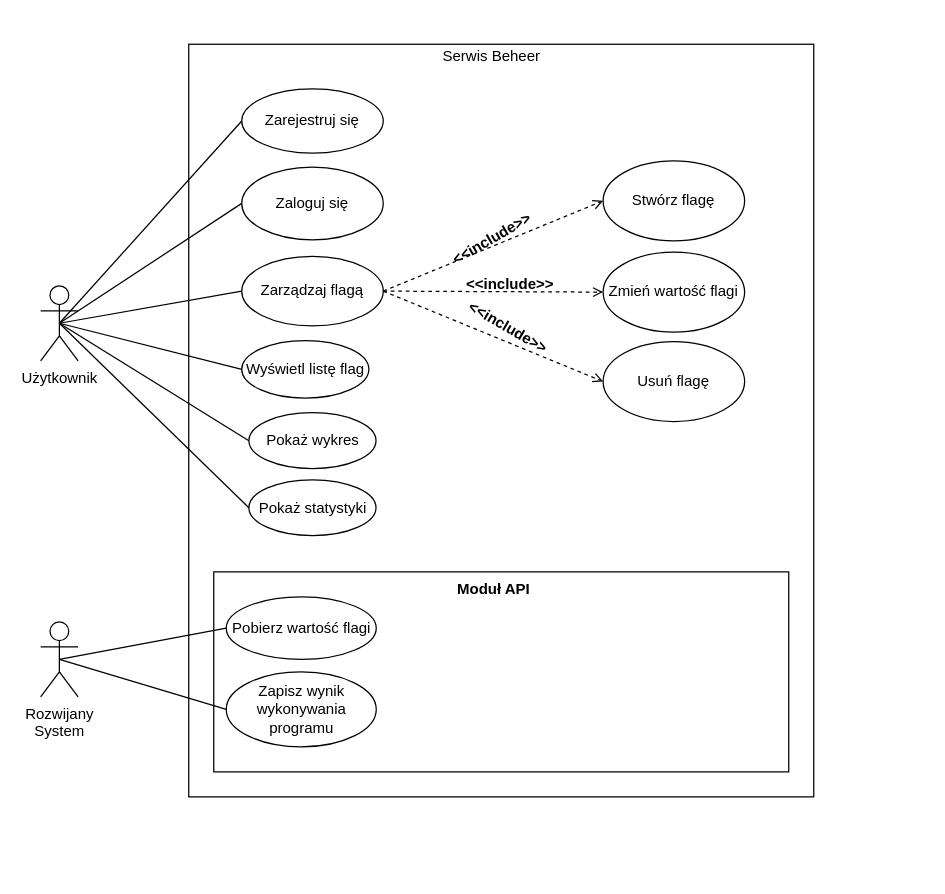
The draw.io diagram Praca_Inzynierska/diagrams/usecase.drawio in AdamSzr/Beheer, before the edit. Source tidied: cells renumbered, new cells numbered last; positions are measured from the earlier drawing's top-left corner, leaving out a move shared by most shapes. Both pictures are drawn from the tidied source at 125%, with x=0, y=0 at pixel (40, 21).
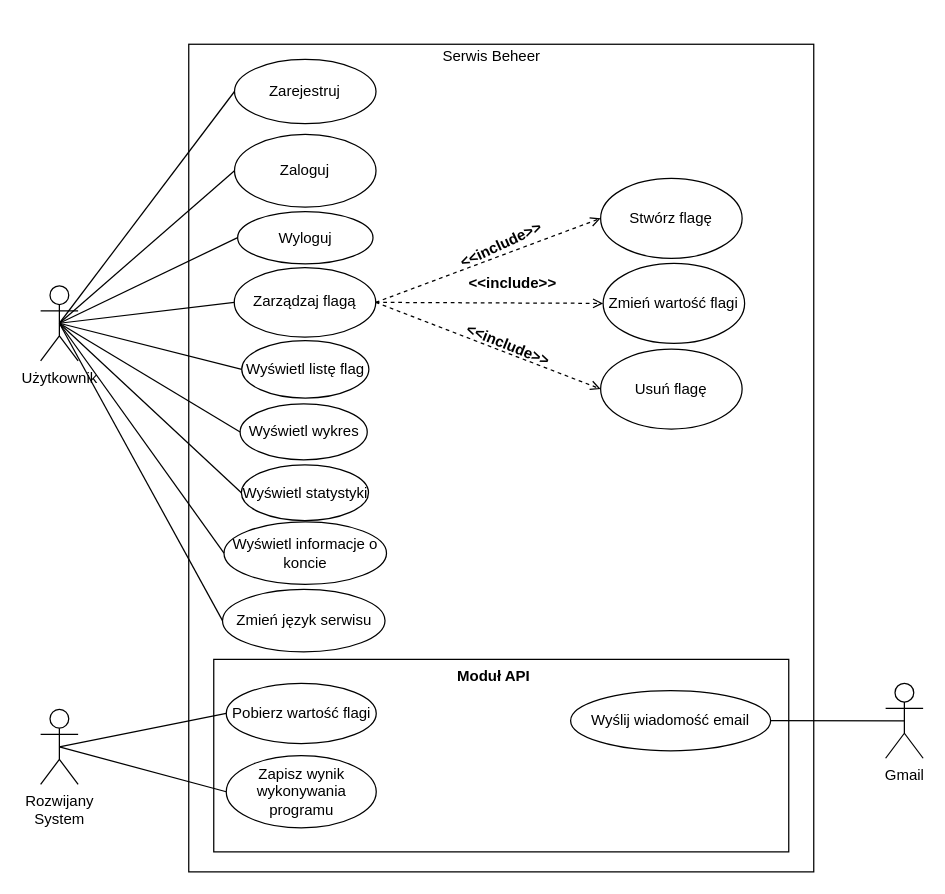
Above is the later version.

Commit message (it also covers changes not shown here):
dodano diagram bazy danych | usecase

Unchanged cells that the change refers to:
```xml
<mxCell id="40" value="Użytkownik" style="shape=umlActor;verticalLabelPosition=bottom;verticalAlign=top;html=1;outlineConnect=0;" parent="1" vertex="1">
  <mxGeometry y="211.1" width="30" height="60" as="geometry" />
</mxCell>
```

Diff of the diagram source:
```diff
@@
     <mxCell id="2" style="group;" parent="1" vertex="1">
-      <mxGeometry x="110" width="508.5" height="670" as="geometry" />
+      <mxGeometry x="110" width="508.5" height="680" as="geometry" />
     </mxCell>
     <mxCell id="3" style="rounded=0;whiteSpace=wrap;html=1;" parent="2" vertex="1">
-      <mxGeometry x="8.5" y="17.9" width="500" height="602.1" as="geometry" />
+      <mxGeometry x="8.5" y="17.9" width="500" height="662.1" as="geometry" />
     </mxCell>
@@
     <mxCell id="5" value="Stwórz flagę" style="ellipse;whiteSpace=wrap;html=1;" parent="2" vertex="1">
-      <mxGeometry x="340" y="111.2" width="113.2" height="64" as="geometry" />
+      <mxGeometry x="338" y="125.2" width="113.2" height="64" as="geometry" />
     </mxCell>
     <mxCell id="6" value="Zmień wartość flagi" style="ellipse;whiteSpace=wrap;html=1;" parent="2" vertex="1">
-      <mxGeometry x="340" y="184.2" width="113.2" height="64" as="geometry" />
+      <mxGeometry x="340" y="193.2" width="113.2" height="64" as="geometry" />
     </mxCell>
     <mxCell id="7" value="Usuń flagę" style="ellipse;whiteSpace=wrap;html=1;" parent="2" vertex="1">
-      <mxGeometry x="340" y="255.7" width="113.2" height="64" as="geometry" />
+      <mxGeometry x="338" y="261.7" width="113.2" height="64" as="geometry" />
     </mxCell>
@@
     <mxCell id="11" value="Zarządzaj flagą" style="ellipse;whiteSpace=wrap;html=1;rounded=0;" parent="2" vertex="1">
-      <mxGeometry x="50.9" y="187.6" width="113.2" height="55.6" as="geometry" />
+      <mxGeometry x="44.9" y="196.6" width="113.2" height="55.6" as="geometry" />
     </mxCell>
-    <mxCell id="12" value="Zarejestruj się" style="ellipse;whiteSpace=wrap;html=1;rounded=0;" parent="2" vertex="1">
-      <mxGeometry x="50.9" y="53.6" width="113.2" height="51.4" as="geometry" />
+    <mxCell id="12" value="Zarejestruj" style="ellipse;whiteSpace=wrap;html=1;rounded=0;" parent="2" vertex="1">
+      <mxGeometry x="45.1" y="30" width="113.2" height="51.4" as="geometry" />
     </mxCell>
-    <mxCell id="13" value="Zaloguj się" style="ellipse;whiteSpace=wrap;html=1;rounded=0;" parent="2" vertex="1">
-      <mxGeometry x="50.9" y="116.1" width="113.2" height="58.2" as="geometry" />
+    <mxCell id="13" value="Zaloguj" style="ellipse;whiteSpace=wrap;html=1;rounded=0;" parent="2" vertex="1">
+      <mxGeometry x="45.1" y="90" width="113.2" height="58.2" as="geometry" />
     </mxCell>
-    <mxCell id="14" value="Pokaż statystyki" style="ellipse;whiteSpace=wrap;html=1;rounded=0;" parent="2" vertex="1">
-      <mxGeometry x="56.6" y="366.3" width="101.7" height="44.7" as="geometry" />
+    <mxCell id="14" value="Wyświetl statystyki" style="ellipse;whiteSpace=wrap;html=1;rounded=0;" parent="2" vertex="1">
+      <mxGeometry x="50.6" y="354.3" width="101.7" height="44.7" as="geometry" />
     </mxCell>
-    <mxCell id="15" value="Pokaż wykres" style="ellipse;whiteSpace=wrap;html=1;rounded=0;" parent="2" vertex="1">
-      <mxGeometry x="56.6" y="312.7" width="101.7" height="44.7" as="geometry" />
+    <mxCell id="15" value="Wyświetl wykres" style="ellipse;whiteSpace=wrap;html=1;rounded=0;" parent="2" vertex="1">
+      <mxGeometry x="49.6" y="305.7" width="101.7" height="44.7" as="geometry" />
     </mxCell>
@@
-    <mxCell id="17" style="group;" parent="2" vertex="1">
-      <mxGeometry x="231.9" y="197.3" width="67.8" height="23.2" as="geometry" />
-    </mxCell>
-    <mxCell id="18" style="group;rotation=0;" parent="17" vertex="1">
-      <mxGeometry width="67.8" height="23.2" as="geometry" />
-    </mxCell>
-    <mxCell id="19" style="edgeStyle=none;rounded=0;jettySize=auto;html=1;exitX=1;exitY=0.5;exitDx=0;exitDy=0;entryX=0;entryY=0.5;entryDx=0;entryDy=0;dashed=1;strokeColor=default;endArrow=open;endFill=0;" parent="18" edge="1" source="11" target="6">
-      <mxGeometry relative="1" as="geometry" />
-    </mxCell>
-    <mxCell id="20" value="&lt;&lt;include&gt;&gt;" style="text;align=center;fontStyle=1;verticalAlign=middle;spacingLeft=3;spacingRight=3;strokeColor=none;rounded=0;rotation=0;" parent="18" vertex="1">
-      <mxGeometry width="67.8" height="23.2" as="geometry" />
-    </mxCell>
-    <mxCell id="21" style="group;rotation=-30;" parent="2" vertex="1">
-      <mxGeometry x="217.2" y="161" width="67.8" height="23.2" as="geometry" />
+    <mxCell id="21" style="group;rotation=-25;" parent="2" vertex="1">
+      <mxGeometry x="224.6" y="165.9" width="67.8" height="23.2" as="geometry" />
     </mxCell>
-    <mxCell id="22" style="group;rotation=-30;" parent="21" vertex="1">
+    <mxCell id="22" style="group;rotation=-25;" parent="21" vertex="1">
       <mxGeometry width="67.8" height="23.2" as="geometry" />
     </mxCell>
@@
-    <mxCell id="24" value="&lt;&lt;include&gt;&gt;" style="text;align=center;fontStyle=1;verticalAlign=middle;spacingLeft=3;spacingRight=3;strokeColor=none;rounded=0;rotation=-30;" parent="22" vertex="1">
+    <mxCell id="24" value="&lt;&lt;include&gt;&gt;" style="text;align=center;fontStyle=1;verticalAlign=middle;spacingLeft=3;spacingRight=3;strokeColor=none;rounded=0;rotation=-25;" parent="22" vertex="1">
       <mxGeometry width="67.8" height="23.2" as="geometry" />
     </mxCell>
-    <mxCell id="25" style="group;rotation=30;" parent="2" vertex="1">
-      <mxGeometry x="230.5" y="232.5" width="67.8" height="23.2" as="geometry" />
+    <mxCell id="25" style="group;rotation=22;" parent="2" vertex="1">
+      <mxGeometry x="230.5" y="246.5" width="67.8" height="23.2" as="geometry" />
     </mxCell>
-    <mxCell id="26" style="group;rotation=30;" parent="25" vertex="1">
+    <mxCell id="26" style="group;rotation=22;" parent="25" vertex="1">
       <mxGeometry width="67.8" height="23.2" as="geometry" />
     </mxCell>
@@
-    <mxCell id="28" value="&lt;&lt;include&gt;&gt;" style="text;align=center;fontStyle=1;verticalAlign=middle;spacingLeft=3;spacingRight=3;strokeColor=none;rounded=0;rotation=30;" parent="26" vertex="1">
+    <mxCell id="28" value="&lt;&lt;include&gt;&gt;" style="text;align=center;fontStyle=1;verticalAlign=middle;spacingLeft=3;spacingRight=3;strokeColor=none;rounded=0;rotation=22;" parent="26" vertex="1">
       <mxGeometry width="67.8" height="23.2" as="geometry" />
     </mxCell>
     <mxCell id="29" style="group;" parent="2" vertex="1">
-      <mxGeometry x="28.5" y="440" width="460" height="160" as="geometry" />
+      <mxGeometry x="28.5" y="510" width="460" height="154" as="geometry" />
     </mxCell>
     <mxCell id="30" style="html=1;rounded=0;" parent="29" vertex="1">
-      <mxGeometry width="460" height="160" as="geometry" />
+      <mxGeometry width="460" height="154" as="geometry" />
     </mxCell>
     <mxCell id="31" value="Moduł API" style="text;align=center;fontStyle=1;verticalAlign=middle;spacingLeft=3;spacingRight=3;strokeColor=none;rounded=0;" parent="29" vertex="1">
-      <mxGeometry x="184.2" width="80" height="26" as="geometry" />
+      <mxGeometry x="184.2" width="80" height="25" as="geometry" />
     </mxCell>
     <mxCell id="32" value="Pobierz wartość flagi" style="ellipse;whiteSpace=wrap;html=1;rounded=0;" parent="29" vertex="1">
-      <mxGeometry x="10" y="20" width="120" height="50" as="geometry" />
+      <mxGeometry x="10" y="19.2" width="120" height="48.1" as="geometry" />
     </mxCell>
     <mxCell id="33" value="Zapisz wynik wykonywania programu" style="ellipse;whiteSpace=wrap;html=1;rounded=0;" parent="29" vertex="1">
-      <mxGeometry x="10" y="80" width="120" height="60" as="geometry" />
+      <mxGeometry x="10" y="77" width="120" height="57.8" as="geometry" />
     </mxCell>
+    <mxCell id="44" value="Wyślij wiadomość email" style="ellipse;whiteSpace=wrap;html=1;" parent="29" vertex="1">
+      <mxGeometry x="285.5" y="25" width="160" height="48.1" as="geometry" />
+    </mxCell>
+    <mxCell id="45" value="Wyloguj" style="ellipse;whiteSpace=wrap;html=1;" parent="2" vertex="1">
+      <mxGeometry x="47.6" y="151.7" width="108.3" height="41.8" as="geometry" />
+    </mxCell>
+    <mxCell id="18" style="group;rotation=0;" parent="2" vertex="1">
+      <mxGeometry x="234" y="196.6" width="67.8" height="23.2" as="geometry" />
+    </mxCell>
+    <mxCell id="19" style="edgeStyle=none;rounded=0;jettySize=auto;html=1;exitX=1;exitY=0.5;exitDx=0;exitDy=0;entryX=0;entryY=0.5;entryDx=0;entryDy=0;dashed=1;strokeColor=default;endArrow=open;endFill=0;" parent="18" edge="1" source="11" target="6">
+      <mxGeometry relative="1" as="geometry" />
+    </mxCell>
+    <mxCell id="20" value="&lt;&lt;include&gt;&gt;" style="text;align=center;fontStyle=1;verticalAlign=middle;spacingLeft=3;spacingRight=3;strokeColor=none;rounded=0;rotation=0;" parent="18" vertex="1">
+      <mxGeometry width="67.8" height="23.2" as="geometry" />
+    </mxCell>
+    <mxCell id="46" value="Wyświetl informacje o koncie" style="ellipse;whiteSpace=wrap;html=1;" parent="2" vertex="1">
+      <mxGeometry x="36.7" y="400" width="130" height="50" as="geometry" />
+    </mxCell>
+    <mxCell id="47" value="Zmień język serwisu" style="ellipse;whiteSpace=wrap;html=1;" parent="2" vertex="1">
+      <mxGeometry x="35.5" y="454" width="130" height="50" as="geometry" />
+    </mxCell>
@@
+    <mxCell id="48" style="rounded=0;jettySize=auto;html=1;exitX=0.5;exitY=0.5;exitDx=0;exitDy=0;exitPerimeter=0;entryX=0;entryY=0.5;entryDx=0;entryDy=0;endArrow=none;endFill=0;" parent="1" edge="1" source="40" target="45">
+      <mxGeometry relative="1" as="geometry" />
+    </mxCell>
+    <mxCell id="49" style="edgeStyle=none;rounded=0;jettySize=auto;html=1;exitX=0.5;exitY=0.5;exitDx=0;exitDy=0;exitPerimeter=0;entryX=0;entryY=0.5;entryDx=0;entryDy=0;endArrow=none;endFill=0;" parent="1" edge="1" source="40" target="46">
+      <mxGeometry relative="1" as="geometry" />
+    </mxCell>
+    <mxCell id="50" style="edgeStyle=none;rounded=0;jettySize=auto;html=1;exitX=0.5;exitY=0.5;exitDx=0;exitDy=0;exitPerimeter=0;entryX=0;entryY=0.5;entryDx=0;entryDy=0;endArrow=none;endFill=0;" parent="1" edge="1" source="40" target="47">
+      <mxGeometry relative="1" as="geometry" />
+    </mxCell>
@@
     <mxCell id="42" value="Rozwijany&lt;br&gt;System" style="shape=umlActor;verticalLabelPosition=bottom;verticalAlign=top;html=1;rounded=0;" parent="1" vertex="1">
-      <mxGeometry y="480" width="30" height="60" as="geometry" />
+      <mxGeometry y="550" width="30" height="60" as="geometry" />
     </mxCell>
@@
+    <mxCell id="51" value="Gmail" style="shape=umlActor;verticalLabelPosition=bottom;verticalAlign=top;html=1;outlineConnect=0;" parent="1" vertex="1">
+      <mxGeometry x="676" y="529.1" width="30" height="60" as="geometry" />
+    </mxCell>
+    <mxCell id="52" style="rounded=0;jettySize=auto;html=1;exitX=1;exitY=0.5;exitDx=0;exitDy=0;entryX=0.5;entryY=0.5;entryDx=0;entryDy=0;entryPerimeter=0;endArrow=none;endFill=0;" parent="1" edge="1" source="44" target="51">
+      <mxGeometry relative="1" as="geometry" />
+    </mxCell>
```
